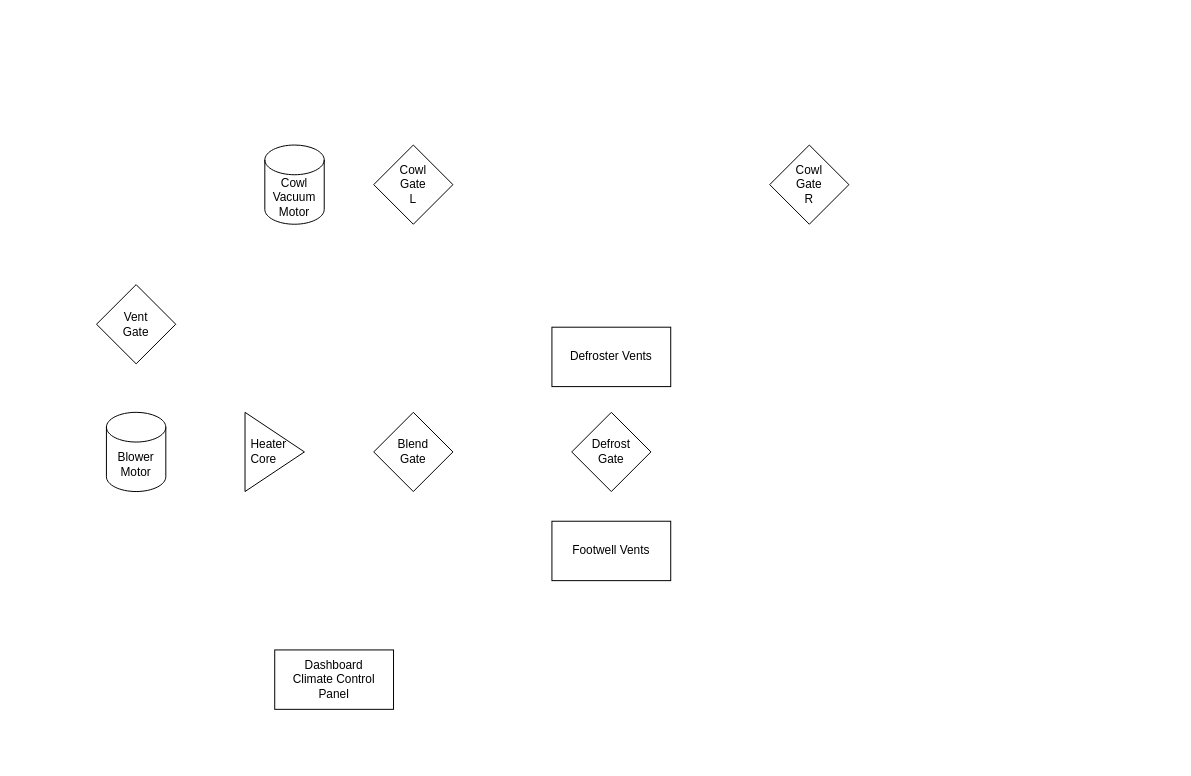
Above: Diagrams/Source Files/Climate Controls.drawio in nilchaos/Project-Baryonyx (draw.io), before the change. Source tidied: cells renumbered, new cells numbered last; positions are measured from the earlier drawing's top-left corner, leaving out a move shared by most shapes. Both pictures are drawn from the tidied source at 99%, with x=0, y=0 at pixel (96, 145).
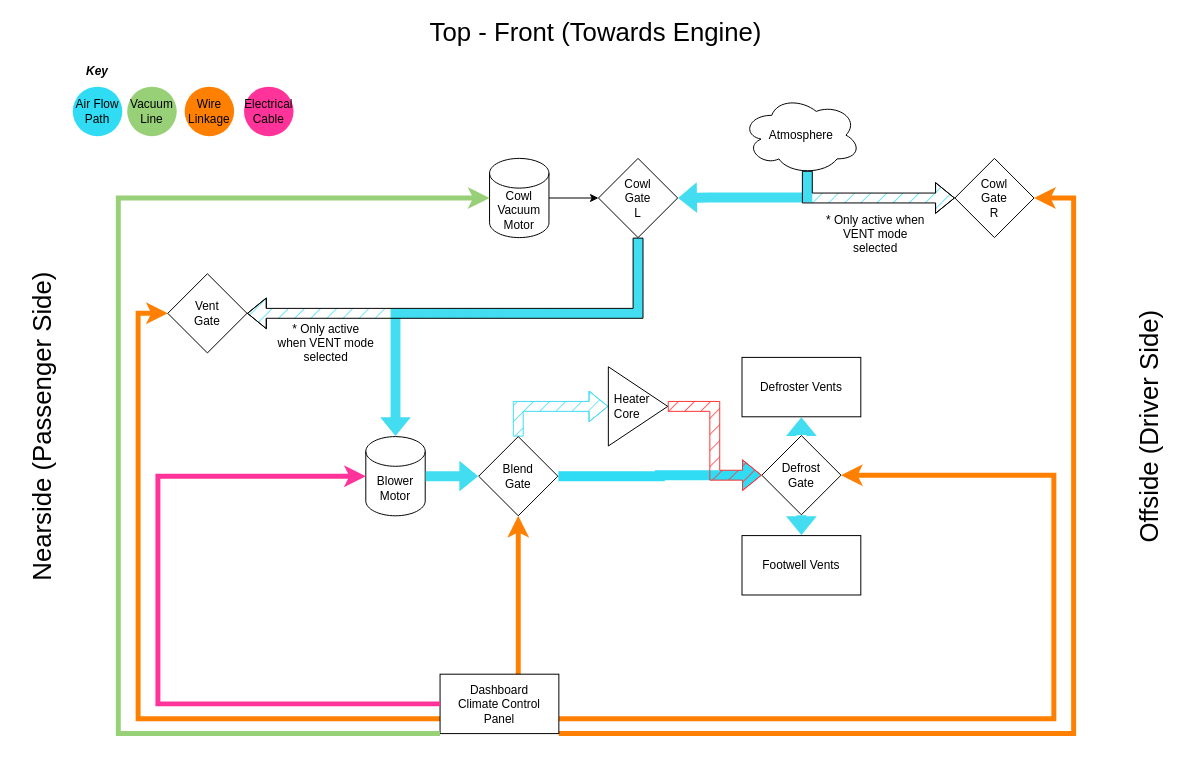
The same diagram, later.

Commit message (it also covers changes not shown here):
Updated Climate Controls

Change to the diagram source:
```diff
@@
+    <mxCell id="13" style="edgeStyle=orthogonalEdgeStyle;rounded=0;jettySize=auto;html=1;exitX=0;exitY=0.75;exitDx=0;exitDy=0;entryX=0;entryY=0.5;entryDx=0;entryDy=0;strokeColor=#FF8000;strokeWidth=5;" parent="1" edge="1" source="2" target="5">
+      <mxGeometry relative="1" as="geometry">
+        <Array as="points">
+          <mxPoint x="42" y="579" />
+          <mxPoint x="42" y="170" />
+        </Array>
+      </mxGeometry>
+    </mxCell>
+    <mxCell id="14" style="edgeStyle=orthogonalEdgeStyle;rounded=0;jettySize=auto;html=1;exitX=1;exitY=1;exitDx=0;exitDy=0;entryX=1;entryY=0.5;entryDx=0;entryDy=0;strokeWidth=5;strokeColor=#FF8000;" parent="1" edge="1" source="2" target="9">
+      <mxGeometry relative="1" as="geometry">
+        <Array as="points">
+          <mxPoint x="987" y="594.5" />
+          <mxPoint x="987" y="53.5" />
+        </Array>
+      </mxGeometry>
+    </mxCell>
+    <mxCell id="15" style="edgeStyle=orthogonalEdgeStyle;rounded=0;jettySize=auto;html=1;exitX=1;exitY=0.75;exitDx=0;exitDy=0;entryX=1;entryY=0.5;entryDx=0;entryDy=0;strokeColor=#FF8000;strokeWidth=5;" parent="1" edge="1" source="2" target="3">
+      <mxGeometry relative="1" as="geometry">
+        <Array as="points">
+          <mxPoint x="967" y="579" />
+          <mxPoint x="967" y="333" />
+        </Array>
+      </mxGeometry>
+    </mxCell>
+    <mxCell id="16" style="edgeStyle=orthogonalEdgeStyle;rounded=0;jettySize=auto;html=1;exitX=0.675;exitY=0.008;exitDx=0;exitDy=0;entryX=0.5;entryY=1;entryDx=0;entryDy=0;strokeColor=#FF8000;strokeWidth=5;exitPerimeter=0;" parent="1" edge="1" source="2" target="4">
+      <mxGeometry relative="1" as="geometry">
+        <Array as="points">
+          <mxPoint x="426" y="535" />
+        </Array>
+      </mxGeometry>
+    </mxCell>
     <mxCell id="2" value="Dashboard&lt;div&gt;Climate Control&lt;/div&gt;&lt;div&gt;Panel&lt;/div&gt;" style="rounded=0;whiteSpace=wrap;html=1;" parent="1" vertex="1">
-      <mxGeometry x="180" y="510" width="120" height="60" as="geometry" />
+      <mxGeometry x="347" y="534.5" width="120" height="60" as="geometry" />
     </mxCell>
     <mxCell id="3" value="Defrost&lt;div&gt;Gate&lt;/div&gt;" style="rhombus;whiteSpace=wrap;html=1;" parent="1" vertex="1">
-      <mxGeometry x="480" y="270" width="80" height="80" as="geometry" />
+      <mxGeometry x="672" y="293.5" width="80" height="80" as="geometry" />
     </mxCell>
+    <mxCell id="17" style="edgeStyle=orthogonalEdgeStyle;shape=flexArrow;rounded=0;jettySize=auto;html=1;exitX=1;exitY=0.5;exitDx=0;exitDy=0;entryX=0;entryY=0.5;entryDx=0;entryDy=0;strokeColor=none;fillColor=#30dcf3;" parent="1" edge="1" source="4" target="3">
+      <mxGeometry relative="1" as="geometry" />
+    </mxCell>
+    <mxCell id="18" style="edgeStyle=orthogonalEdgeStyle;shape=flexArrow;rounded=0;jettySize=auto;html=1;exitX=0.5;exitY=0;exitDx=0;exitDy=0;entryX=0;entryY=0.5;entryDx=0;entryDy=0;fillColor=#43ddf2;strokeColor=#43ddf2;fillStyle=hatch;" parent="1" edge="1" source="4" target="10">
+      <mxGeometry relative="1" as="geometry" />
+    </mxCell>
     <mxCell id="4" value="Blend&lt;div&gt;Gate&lt;/div&gt;" style="rhombus;whiteSpace=wrap;html=1;" parent="1" vertex="1">
-      <mxGeometry x="280" y="270" width="80" height="80" as="geometry" />
+      <mxGeometry x="386" y="294.5" width="80" height="80" as="geometry" />
     </mxCell>
     <mxCell id="5" value="Vent&lt;div&gt;Gate&lt;/div&gt;" style="rhombus;whiteSpace=wrap;html=1;" parent="1" vertex="1">
-      <mxGeometry y="141" width="80" height="80" as="geometry" />
+      <mxGeometry x="72" y="130" width="80" height="80" as="geometry" />
     </mxCell>
     <mxCell id="6" value="Blower&lt;div&gt;Motor&lt;/div&gt;" style="shape=cylinder3;whiteSpace=wrap;html=1;boundedLbl=1;backgroundOutline=1;size=15;" parent="1" vertex="1">
-      <mxGeometry x="10" y="270" width="60" height="80" as="geometry" />
+      <mxGeometry x="272" y="294.5" width="60" height="80" as="geometry" />
     </mxCell>
+    <mxCell id="19" style="edgeStyle=orthogonalEdgeStyle;rounded=0;jettySize=auto;html=1;exitX=1;exitY=0.5;exitDx=0;exitDy=0;exitPerimeter=0;entryX=0;entryY=0.5;entryDx=0;entryDy=0;" parent="1" edge="1" source="7" target="8">
+      <mxGeometry relative="1" as="geometry" />
+    </mxCell>
     <mxCell id="7" value="&lt;div&gt;Cowl&lt;/div&gt;Vacuum&lt;div&gt;Motor&lt;/div&gt;" style="shape=cylinder3;whiteSpace=wrap;html=1;boundedLbl=1;backgroundOutline=1;size=15;" parent="1" vertex="1">
-      <mxGeometry x="170" width="60" height="80" as="geometry" />
+      <mxGeometry x="397" y="13.5" width="60" height="80" as="geometry" />
     </mxCell>
     <mxCell id="8" value="Cowl&lt;div&gt;Gate&lt;/div&gt;&lt;div&gt;L&lt;/div&gt;" style="rhombus;whiteSpace=wrap;html=1;" parent="1" vertex="1">
-      <mxGeometry x="280" width="80" height="80" as="geometry" />
+      <mxGeometry x="507" y="13.5" width="80" height="80" as="geometry" />
     </mxCell>
     <mxCell id="9" value="Cowl&lt;div&gt;Gate&lt;/div&gt;&lt;div&gt;R&lt;/div&gt;" style="rhombus;whiteSpace=wrap;html=1;" parent="1" vertex="1">
-      <mxGeometry x="680" width="80" height="80" as="geometry" />
+      <mxGeometry x="867" y="13.5" width="80" height="80" as="geometry" />
     </mxCell>
+    <mxCell id="20" style="edgeStyle=orthogonalEdgeStyle;shape=flexArrow;rounded=0;jettySize=auto;html=1;exitX=1;exitY=0.5;exitDx=0;exitDy=0;entryX=0;entryY=0.5;entryDx=0;entryDy=0;fillColor=#FF3333;strokeColor=#FF3333;fillStyle=hatch;" parent="1" edge="1" source="10" target="3">
+      <mxGeometry relative="1" as="geometry" />
+    </mxCell>
     <mxCell id="10" value="Heater&lt;div&gt;Core&lt;/div&gt;" style="triangle;whiteSpace=wrap;html=1;align=left;spacingLeft=4;" parent="1" vertex="1">
-      <mxGeometry x="150" y="270" width="60" height="80" as="geometry" />
+      <mxGeometry x="517" y="224" width="60" height="80" as="geometry" />
     </mxCell>
     <mxCell id="11" value="Defroster Vents" style="rounded=0;whiteSpace=wrap;html=1;" parent="1" vertex="1">
-      <mxGeometry x="460" y="184" width="120" height="60" as="geometry" />
+      <mxGeometry x="652" y="214.5" width="120" height="60" as="geometry" />
     </mxCell>
     <mxCell id="12" value="Footwell Vents" style="rounded=0;whiteSpace=wrap;html=1;" parent="1" vertex="1">
-      <mxGeometry x="460" y="380" width="120" height="60" as="geometry" />
+      <mxGeometry x="652" y="394.5" width="120" height="60" as="geometry" />
     </mxCell>
+    <mxCell id="21" value="Top - Front (Towards Engine)" style="text;strokeColor=none;align=center;fillColor=none;html=1;verticalAlign=middle;whiteSpace=wrap;rounded=0;fontSize=26;" parent="1" vertex="1">
+      <mxGeometry x="319" y="-129" width="371" height="30" as="geometry" />
+    </mxCell>
+    <mxCell id="22" value="Offside (Driver Side)" style="text;strokeColor=none;align=center;fillColor=none;html=1;verticalAlign=middle;whiteSpace=wrap;rounded=0;fontSize=26;horizontal=0;" parent="1" vertex="1">
+      <mxGeometry x="1038" y="-50" width="51" height="670" as="geometry" />
+    </mxCell>
+    <mxCell id="23" value="Nearside (Passenger Side)" style="text;strokeColor=none;align=center;fillColor=none;html=1;verticalAlign=middle;whiteSpace=wrap;rounded=0;fontSize=26;horizontal=0;direction=west;" parent="1" vertex="1">
+      <mxGeometry x="-80" y="-50" width="51" height="670" as="geometry" />
+    </mxCell>
+    <mxCell id="24" style="edgeStyle=orthogonalEdgeStyle;rounded=0;jettySize=auto;html=1;exitX=0;exitY=1;exitDx=0;exitDy=0;entryX=0;entryY=0.5;entryDx=0;entryDy=0;entryPerimeter=0;strokeColor=#97D077;strokeWidth=5;" parent="1" edge="1" source="2" target="7">
+      <mxGeometry relative="1" as="geometry">
+        <Array as="points">
+          <mxPoint x="22" y="595" />
+          <mxPoint x="22" y="53" />
+        </Array>
+      </mxGeometry>
+    </mxCell>
+    <mxCell id="25" style="edgeStyle=orthogonalEdgeStyle;rounded=0;jettySize=auto;html=1;exitX=0;exitY=0.5;exitDx=0;exitDy=0;entryX=0;entryY=0.5;entryDx=0;entryDy=0;entryPerimeter=0;strokeColor=#FF3399;strokeWidth=5;" parent="1" edge="1" source="2" target="6">
+      <mxGeometry relative="1" as="geometry">
+        <Array as="points">
+          <mxPoint x="62" y="565" />
+          <mxPoint x="62" y="335" />
+        </Array>
+      </mxGeometry>
+    </mxCell>
+    <mxCell id="26" style="edgeStyle=orthogonalEdgeStyle;shape=flexArrow;rounded=0;jettySize=auto;html=1;entryX=0;entryY=0.5;entryDx=0;entryDy=0;fillColor=#43ddf2;strokeColor=none;exitX=1;exitY=0.5;exitDx=0;exitDy=0;exitPerimeter=0;" parent="1" edge="1" source="6" target="4">
+      <mxGeometry relative="1" as="geometry" />
+    </mxCell>
+    <mxCell id="27" style="edgeStyle=orthogonalEdgeStyle;shape=flexArrow;rounded=0;jettySize=auto;html=1;entryX=0.5;entryY=1;entryDx=0;entryDy=0;fillColor=#43ddf2;strokeColor=none;exitX=0.5;exitY=0;exitDx=0;exitDy=0;" parent="1" edge="1" source="3" target="11">
+      <mxGeometry relative="1" as="geometry" />
+    </mxCell>
+    <mxCell id="28" style="edgeStyle=orthogonalEdgeStyle;shape=flexArrow;rounded=0;jettySize=auto;html=1;entryX=0.5;entryY=0;entryDx=0;entryDy=0;fillColor=#43ddf2;strokeColor=none;" parent="1" edge="1" source="3" target="12">
+      <mxGeometry relative="1" as="geometry" />
+    </mxCell>
+    <mxCell id="29" value="Atmosphere" style="ellipse;shape=cloud;whiteSpace=wrap;html=1;" parent="1" vertex="1">
+      <mxGeometry x="652" y="-50" width="120" height="80" as="geometry" />
+    </mxCell>
+    <mxCell id="30" style="edgeStyle=orthogonalEdgeStyle;shape=flexArrow;rounded=0;jettySize=auto;html=1;entryX=1;entryY=0.5;entryDx=0;entryDy=0;fillColor=#43ddf2;strokeColor=none;exitX=0.55;exitY=0.95;exitDx=0;exitDy=0;exitPerimeter=0;" parent="1" edge="1" source="29" target="8">
+      <mxGeometry relative="1" as="geometry">
+        <Array as="points">
+          <mxPoint x="718" y="53" />
+          <mxPoint x="620" y="53" />
+        </Array>
+      </mxGeometry>
+    </mxCell>
+    <mxCell id="31" style="edgeStyle=orthogonalEdgeStyle;shape=flexArrow;rounded=0;jettySize=auto;html=1;entryX=0;entryY=0.5;entryDx=0;entryDy=0;fillColor=#43ddf2;strokeColor=default;exitX=0.55;exitY=0.95;exitDx=0;exitDy=0;exitPerimeter=0;fillStyle=hatch;" parent="1" edge="1" source="29" target="9">
+      <mxGeometry relative="1" as="geometry">
+        <Array as="points">
+          <mxPoint x="718" y="54" />
+        </Array>
+      </mxGeometry>
+    </mxCell>
+    <mxCell id="32" style="edgeStyle=orthogonalEdgeStyle;shape=flexArrow;rounded=0;jettySize=auto;html=1;entryX=0.5;entryY=0;entryDx=0;entryDy=0;fillColor=#43ddf2;strokeColor=none;exitX=0.5;exitY=1;exitDx=0;exitDy=0;entryPerimeter=0;" parent="1" edge="1" source="8" target="6">
+      <mxGeometry relative="1" as="geometry">
+        <Array as="points">
+          <mxPoint x="547" y="170" />
+          <mxPoint x="302" y="170" />
+        </Array>
+      </mxGeometry>
+    </mxCell>
+    <mxCell id="33" style="edgeStyle=orthogonalEdgeStyle;shape=flexArrow;rounded=0;jettySize=auto;html=1;entryX=1;entryY=0.5;entryDx=0;entryDy=0;fillColor=#43ddf2;strokeColor=default;exitX=0.5;exitY=1;exitDx=0;exitDy=0;fillStyle=hatch;" parent="1" edge="1" source="8" target="5">
+      <mxGeometry relative="1" as="geometry" />
+    </mxCell>
+    <mxCell id="34" value="* Only active when VENT mode selected" style="text;html=1;align=center;verticalAlign=middle;whiteSpace=wrap;rounded=0;" parent="1" vertex="1">
+      <mxGeometry x="732" y="70" width="110" height="40" as="geometry" />
+    </mxCell>
+    <mxCell id="35" value="* Only active when VENT mode selected" style="text;html=1;align=center;verticalAlign=middle;whiteSpace=wrap;rounded=0;" parent="1" vertex="1">
+      <mxGeometry x="182" y="180" width="100" height="40" as="geometry" />
+    </mxCell>
+    <mxCell id="36" value="Key" style="text;html=1;align=center;verticalAlign=middle;whiteSpace=wrap;rounded=0;fontStyle=3;" parent="1" vertex="1">
+      <mxGeometry x="-29" y="-89" width="60" height="30" as="geometry" />
+    </mxCell>
+    <mxCell id="37" value="Air Flow Path" style="ellipse;whiteSpace=wrap;html=1;fontColor=#000000;fillColor=#30dcf3;strokeColor=none;" parent="1" vertex="1">
+      <mxGeometry x="-24" y="-59" width="50" height="50" as="geometry" />
+    </mxCell>
+    <mxCell id="38" value="Vacuum Line" style="ellipse;whiteSpace=wrap;html=1;fontColor=#000000;fillColor=#97D077;strokeColor=none;" parent="1" vertex="1">
+      <mxGeometry x="31" y="-59" width="50" height="50" as="geometry" />
+    </mxCell>
+    <mxCell id="39" value="Wire Linkage" style="ellipse;whiteSpace=wrap;html=1;fontColor=#000000;fillColor=#FF8000;strokeColor=none;" parent="1" vertex="1">
+      <mxGeometry x="89" y="-59" width="50" height="50" as="geometry" />
+    </mxCell>
+    <mxCell id="40" value="Electrical Cable" style="ellipse;whiteSpace=wrap;html=1;fontColor=#000000;fillColor=#FF3399;strokeColor=none;" parent="1" vertex="1">
+      <mxGeometry x="149" y="-59" width="50" height="50" as="geometry" />
+    </mxCell>
```
